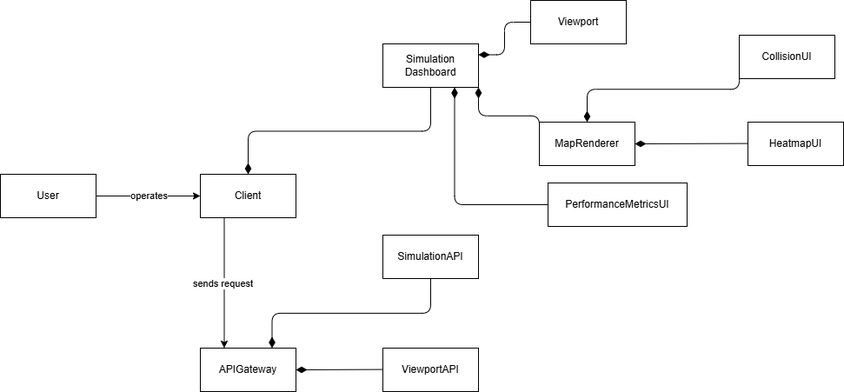
Before: designs/user_client_api_server.drawio.png, a diagram exported from draw.io (jsfmu/drone-swarm-simulator). Source tidied: cells renumbered, new cells last; positions are measured from the earlier drawing's top-left corner, leaving out a move shared by most shapes. The source it was exported from:
```xml
<mxGraphModel>
  <root>
    <mxCell id="0" />
    <mxCell id="1" parent="0" />
    <mxCell id="2" style="edgeStyle=none;html=1;exitX=1;exitY=0.5;exitDx=0;exitDy=0;entryX=0;entryY=0.5;entryDx=0;entryDy=0;" parent="1" edge="1" source="4" target="7">
      <mxGeometry relative="1" as="geometry" />
    </mxCell>
    <mxCell id="3" value="operates" style="edgeLabel;html=1;align=center;verticalAlign=middle;" parent="2" vertex="1">
      <mxGeometry y="1" relative="1" as="geometry" />
    </mxCell>
    <mxCell id="4" value="User" style="html=1;whiteSpace=wrap;" parent="1" vertex="1">
      <mxGeometry y="200" width="110" height="50" as="geometry" />
    </mxCell>
    <mxCell id="5" style="edgeStyle=none;html=1;exitX=0.25;exitY=1;exitDx=0;exitDy=0;entryX=0.25;entryY=0;entryDx=0;entryDy=0;" parent="1" edge="1" source="7" target="8">
      <mxGeometry relative="1" as="geometry" />
    </mxCell>
    <mxCell id="6" value="sends request" style="edgeLabel;html=1;align=center;verticalAlign=middle;" parent="5" vertex="1">
      <mxGeometry y="-2" relative="1" as="geometry" />
    </mxCell>
    <mxCell id="7" value="Client" style="html=1;whiteSpace=wrap;" parent="1" vertex="1">
      <mxGeometry x="230" y="200" width="110" height="50" as="geometry" />
    </mxCell>
    <mxCell id="8" value="APIGateway" style="html=1;whiteSpace=wrap;" parent="1" vertex="1">
      <mxGeometry x="230" y="400" width="110" height="50" as="geometry" />
    </mxCell>
    <mxCell id="9" value="ViewportAPI" style="html=1;whiteSpace=wrap;" parent="1" vertex="1">
      <mxGeometry x="440" y="400" width="110" height="50" as="geometry" />
    </mxCell>
    <mxCell id="10" style="html=1;startArrow=diamondThin;startFill=1;edgeStyle=elbowEdgeStyle;elbow=vertical;startSize=10;endArrow=none;endFill=0;exitX=1;exitY=0.5;exitDx=0;exitDy=0;entryX=0;entryY=0.5;entryDx=0;entryDy=0;" parent="1" edge="1" source="8" target="9">
      <mxGeometry relative="1" as="geometry" />
    </mxCell>
    <mxCell id="11" value="SimulationAPI" style="html=1;whiteSpace=wrap;" parent="1" vertex="1">
      <mxGeometry x="440" y="270" width="110" height="50" as="geometry" />
    </mxCell>
    <mxCell id="12" style="html=1;startArrow=diamondThin;startFill=1;edgeStyle=elbowEdgeStyle;elbow=vertical;startSize=10;endArrow=none;endFill=0;exitX=0.75;exitY=0;exitDx=0;exitDy=0;entryX=0.5;entryY=1;entryDx=0;entryDy=0;" parent="1" edge="1" source="8" target="11">
      <mxGeometry relative="1" as="geometry" />
    </mxCell>
    <mxCell id="13" value="Simulation Dashboard" style="html=1;whiteSpace=wrap;" parent="1" vertex="1">
      <mxGeometry x="440" y="50" width="110" height="50" as="geometry" />
    </mxCell>
    <mxCell id="14" style="html=1;startArrow=diamondThin;startFill=1;edgeStyle=elbowEdgeStyle;elbow=vertical;startSize=10;endArrow=none;endFill=0;exitX=0.5;exitY=0;exitDx=0;exitDy=0;entryX=0.5;entryY=1;entryDx=0;entryDy=0;" parent="1" edge="1" source="7" target="13">
      <mxGeometry relative="1" as="geometry" />
    </mxCell>
    <mxCell id="15" value="Viewport" style="html=1;whiteSpace=wrap;" parent="1" vertex="1">
      <mxGeometry x="610" width="110" height="50" as="geometry" />
    </mxCell>
    <mxCell id="16" value="MapRenderer" style="html=1;whiteSpace=wrap;" parent="1" vertex="1">
      <mxGeometry x="620" y="140" width="110" height="50" as="geometry" />
    </mxCell>
    <mxCell id="17" style="html=1;startArrow=diamondThin;startFill=1;edgeStyle=elbowEdgeStyle;elbow=vertical;startSize=10;endArrow=none;endFill=0;exitX=1;exitY=0.25;exitDx=0;exitDy=0;entryX=0;entryY=0.5;entryDx=0;entryDy=0;" parent="1" edge="1" source="13" target="15">
      <mxGeometry relative="1" as="geometry" />
    </mxCell>
    <mxCell id="18" style="html=1;startArrow=diamondThin;startFill=1;edgeStyle=elbowEdgeStyle;elbow=vertical;startSize=10;endArrow=none;endFill=0;entryX=0;entryY=0.5;entryDx=0;entryDy=0;exitX=1;exitY=1;exitDx=0;exitDy=0;" parent="1" edge="1" source="13" target="16">
      <mxGeometry relative="1" as="geometry" />
    </mxCell>
    <mxCell id="19" value="HeatmapUI" style="html=1;whiteSpace=wrap;" parent="1" vertex="1">
      <mxGeometry x="860" y="140" width="110" height="50" as="geometry" />
    </mxCell>
    <mxCell id="20" style="html=1;startArrow=diamondThin;startFill=1;edgeStyle=elbowEdgeStyle;elbow=vertical;startSize=10;endArrow=none;endFill=0;entryX=0;entryY=0.5;entryDx=0;entryDy=0;exitX=1;exitY=0.5;exitDx=0;exitDy=0;" parent="1" edge="1" source="16" target="19">
      <mxGeometry relative="1" as="geometry" />
    </mxCell>
    <mxCell id="21" value="CollisionUI" style="html=1;whiteSpace=wrap;" parent="1" vertex="1">
      <mxGeometry x="850" y="40" width="110" height="50" as="geometry" />
    </mxCell>
    <mxCell id="22" style="html=1;startArrow=diamondThin;startFill=1;edgeStyle=elbowEdgeStyle;elbow=vertical;startSize=10;endArrow=none;endFill=0;entryX=0;entryY=0.5;entryDx=0;entryDy=0;exitX=0.5;exitY=0;exitDx=0;exitDy=0;" parent="1" edge="1" source="16" target="21">
      <mxGeometry relative="1" as="geometry" />
    </mxCell>
    <mxCell id="23" value="PerformanceMetricsUI" style="html=1;whiteSpace=wrap;" parent="1" vertex="1">
      <mxGeometry x="630" y="210" width="160" height="50" as="geometry" />
    </mxCell>
    <mxCell id="24" style="html=1;startArrow=diamondThin;startFill=1;edgeStyle=elbowEdgeStyle;elbow=vertical;startSize=10;endArrow=none;endFill=0;exitX=0.75;exitY=1;exitDx=0;exitDy=0;entryX=0;entryY=0.5;entryDx=0;entryDy=0;" parent="1" edge="1" source="13" target="23">
      <mxGeometry relative="1" as="geometry">
        <Array as="points">
          <mxPoint x="570" y="235" />
        </Array>
      </mxGeometry>
    </mxCell>
  </root>
</mxGraphModel>
```
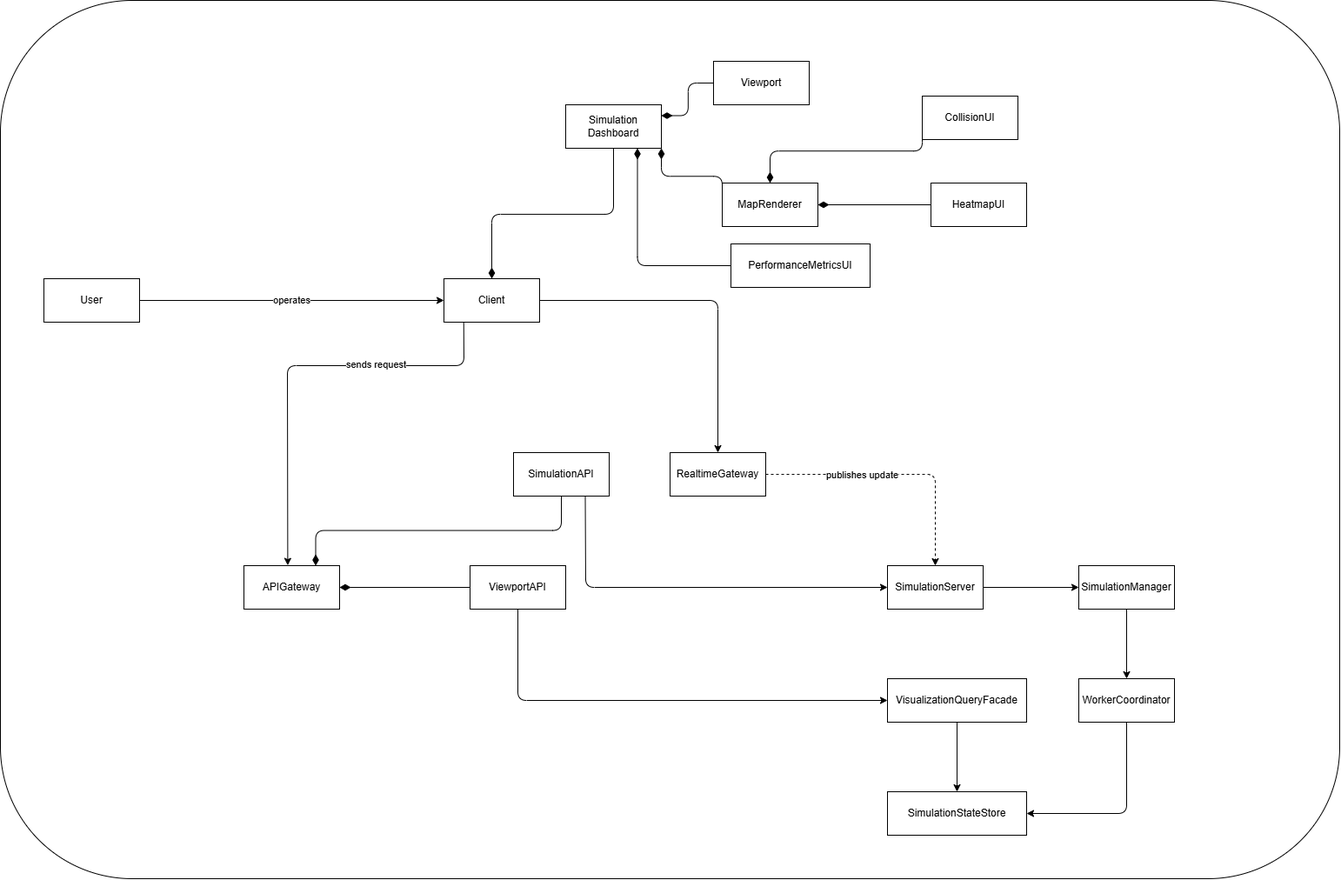
After the commit.

Commit message:
Added all components

Change to the diagram source:
```diff
@@ -2,6 +2,9 @@
   <root>
     <mxCell id="0" />
     <mxCell id="1" parent="0" />
+    <mxCell id="25" style="rounded=1;whiteSpace=wrap;html=1;" parent="1" vertex="1">
+      <mxGeometry x="-210" y="-70" width="1540" height="1010" as="geometry" />
+    </mxCell>
     <mxCell id="2" style="edgeStyle=none;html=1;exitX=1;exitY=0.5;exitDx=0;exitDy=0;entryX=0;entryY=0.5;entryDx=0;entryDy=0;" parent="1" edge="1" source="4" target="7">
       <mxGeometry relative="1" as="geometry" />
     </mxCell>
@@ -9,28 +12,57 @@
       <mxGeometry y="1" relative="1" as="geometry" />
     </mxCell>
     <mxCell id="4" value="User" style="html=1;whiteSpace=wrap;" parent="1" vertex="1">
-      <mxGeometry y="200" width="110" height="50" as="geometry" />
+      <mxGeometry x="-160" y="250" width="110" height="50" as="geometry" />
     </mxCell>
-    <mxCell id="5" style="edgeStyle=none;html=1;exitX=0.25;exitY=1;exitDx=0;exitDy=0;entryX=0.25;entryY=0;entryDx=0;entryDy=0;" parent="1" edge="1" source="7" target="8">
-      <mxGeometry relative="1" as="geometry" />
+    <mxCell id="5" style="edgeStyle=none;html=1;exitX=0.25;exitY=1;exitDx=0;exitDy=0;entryX=0.458;entryY=-0.008;entryDx=0;entryDy=0;entryPerimeter=0;" parent="1" edge="1" target="8">
+      <mxGeometry relative="1" as="geometry">
+        <mxPoint x="322.5" y="250" as="sourcePoint" />
+        <Array as="points">
+          <mxPoint x="323" y="350" />
+          <mxPoint x="120" y="350" />
+        </Array>
+      </mxGeometry>
     </mxCell>
     <mxCell id="6" value="sends request" style="edgeLabel;html=1;align=center;verticalAlign=middle;" parent="5" vertex="1">
-      <mxGeometry y="-2" relative="1" as="geometry" />
+      <mxGeometry y="-2" relative="1" as="geometry">
+        <mxPoint x="64" as="offset" />
+      </mxGeometry>
     </mxCell>
+    <mxCell id="26" style="edgeStyle=none;html=1;exitX=1;exitY=0.5;exitDx=0;exitDy=0;entryX=0.5;entryY=0;entryDx=0;entryDy=0;" parent="1" edge="1" source="7" target="29">
+      <mxGeometry relative="1" as="geometry">
+        <Array as="points">
+          <mxPoint x="615" y="275" />
+        </Array>
+      </mxGeometry>
+    </mxCell>
     <mxCell id="7" value="Client" style="html=1;whiteSpace=wrap;" parent="1" vertex="1">
-      <mxGeometry x="230" y="200" width="110" height="50" as="geometry" />
+      <mxGeometry x="300" y="250" width="110" height="50" as="geometry" />
     </mxCell>
     <mxCell id="8" value="APIGateway" style="html=1;whiteSpace=wrap;" parent="1" vertex="1">
-      <mxGeometry x="230" y="400" width="110" height="50" as="geometry" />
+      <mxGeometry x="70" y="580" width="110" height="50" as="geometry" />
     </mxCell>
+    <mxCell id="27" style="edgeStyle=none;html=1;exitX=0.5;exitY=1;exitDx=0;exitDy=0;entryX=0;entryY=0.5;entryDx=0;entryDy=0;" parent="1" edge="1" source="9" target="39">
+      <mxGeometry relative="1" as="geometry">
+        <Array as="points">
+          <mxPoint x="385" y="735" />
+        </Array>
+      </mxGeometry>
+    </mxCell>
     <mxCell id="9" value="ViewportAPI" style="html=1;whiteSpace=wrap;" parent="1" vertex="1">
-      <mxGeometry x="440" y="400" width="110" height="50" as="geometry" />
+      <mxGeometry x="330" y="580" width="110" height="50" as="geometry" />
     </mxCell>
     <mxCell id="10" style="html=1;startArrow=diamondThin;startFill=1;edgeStyle=elbowEdgeStyle;elbow=vertical;startSize=10;endArrow=none;endFill=0;exitX=1;exitY=0.5;exitDx=0;exitDy=0;entryX=0;entryY=0.5;entryDx=0;entryDy=0;" parent="1" edge="1" source="8" target="9">
       <mxGeometry relative="1" as="geometry" />
     </mxCell>
+    <mxCell id="28" style="edgeStyle=none;html=1;exitX=0.75;exitY=1;exitDx=0;exitDy=0;entryX=0;entryY=0.5;entryDx=0;entryDy=0;" parent="1" edge="1" source="11" target="31">
+      <mxGeometry relative="1" as="geometry">
+        <Array as="points">
+          <mxPoint x="463" y="605" />
+        </Array>
+      </mxGeometry>
+    </mxCell>
     <mxCell id="11" value="SimulationAPI" style="html=1;whiteSpace=wrap;" parent="1" vertex="1">
-      <mxGeometry x="440" y="270" width="110" height="50" as="geometry" />
+      <mxGeometry x="380" y="450" width="110" height="50" as="geometry" />
     </mxCell>
     <mxCell id="12" style="html=1;startArrow=diamondThin;startFill=1;edgeStyle=elbowEdgeStyle;elbow=vertical;startSize=10;endArrow=none;endFill=0;exitX=0.75;exitY=0;exitDx=0;exitDy=0;entryX=0.5;entryY=1;entryDx=0;entryDy=0;" parent="1" edge="1" source="8" target="11">
       <mxGeometry relative="1" as="geometry" />
@@ -75,5 +107,51 @@
         </Array>
       </mxGeometry>
     </mxCell>
+    <mxCell id="29" value="RealtimeGateway" style="html=1;whiteSpace=wrap;" parent="1" vertex="1">
+      <mxGeometry x="560" y="450" width="110" height="50" as="geometry" />
+    </mxCell>
+    <mxCell id="30" style="edgeStyle=none;html=1;exitX=1;exitY=0.5;exitDx=0;exitDy=0;entryX=0;entryY=0.5;entryDx=0;entryDy=0;" parent="1" edge="1" source="31" target="35">
+      <mxGeometry relative="1" as="geometry" />
+    </mxCell>
+    <mxCell id="31" value="SimulationServer" style="html=1;whiteSpace=wrap;" parent="1" vertex="1">
+      <mxGeometry x="810" y="580" width="110" height="50" as="geometry" />
+    </mxCell>
+    <mxCell id="32" style="html=1;labelBackgroundColor=#ffffff;startArrow=none;startFill=0;startSize=6;endArrow=classic;endFill=1;endSize=6;jettySize=auto;strokeWidth=1;dashed=1;fontSize=14;exitX=1;exitY=0.5;exitDx=0;exitDy=0;entryX=0.5;entryY=0;entryDx=0;entryDy=0;" parent="1" edge="1" source="29" target="31">
+      <mxGeometry relative="1" as="geometry">
+        <Array as="points">
+          <mxPoint x="865" y="475" />
+        </Array>
+      </mxGeometry>
+    </mxCell>
+    <mxCell id="33" value="publishes update" style="edgeLabel;html=1;align=center;verticalAlign=middle;" parent="32" vertex="1">
+      <mxGeometry x="-0.32" y="4" relative="1" as="geometry">
+        <mxPoint x="8" y="4" as="offset" />
+      </mxGeometry>
+    </mxCell>
+    <mxCell id="34" style="edgeStyle=none;html=1;exitX=0.5;exitY=1;exitDx=0;exitDy=0;entryX=0.5;entryY=0;entryDx=0;entryDy=0;" parent="1" edge="1" source="35" target="37">
+      <mxGeometry relative="1" as="geometry" />
+    </mxCell>
+    <mxCell id="35" value="SimulationManager" style="html=1;whiteSpace=wrap;" parent="1" vertex="1">
+      <mxGeometry x="1030" y="580" width="110" height="50" as="geometry" />
+    </mxCell>
+    <mxCell id="36" style="edgeStyle=none;html=1;exitX=0.5;exitY=1;exitDx=0;exitDy=0;entryX=1;entryY=0.5;entryDx=0;entryDy=0;" parent="1" edge="1" source="37" target="40">
+      <mxGeometry relative="1" as="geometry">
+        <Array as="points">
+          <mxPoint x="1085" y="865" />
+        </Array>
+      </mxGeometry>
+    </mxCell>
+    <mxCell id="37" value="WorkerCoordinator" style="html=1;whiteSpace=wrap;" parent="1" vertex="1">
+      <mxGeometry x="1030" y="710" width="110" height="50" as="geometry" />
+    </mxCell>
+    <mxCell id="38" style="edgeStyle=none;html=1;exitX=0.5;exitY=1;exitDx=0;exitDy=0;entryX=0.5;entryY=0;entryDx=0;entryDy=0;" parent="1" edge="1" source="39" target="40">
+      <mxGeometry relative="1" as="geometry" />
+    </mxCell>
+    <mxCell id="39" value="VisualizationQueryFacade" style="html=1;whiteSpace=wrap;" parent="1" vertex="1">
+      <mxGeometry x="810" y="710" width="160" height="50" as="geometry" />
+    </mxCell>
+    <mxCell id="40" value="SimulationStateStore" style="html=1;whiteSpace=wrap;" parent="1" vertex="1">
+      <mxGeometry x="810" y="840" width="160" height="50" as="geometry" />
+    </mxCell>
   </root>
 </mxGraphModel>
```
